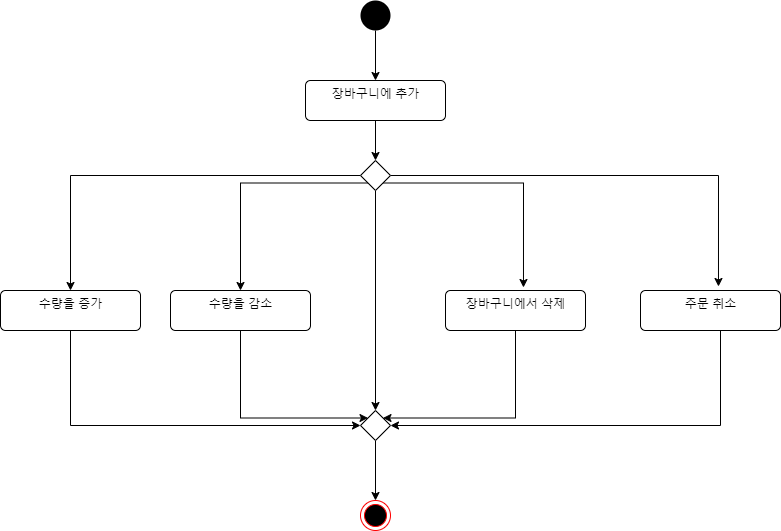
The draw.io diagram 상세명세서/Functional Model/activity diagram/Manage Cart.png in distroytest/KNUSD-20202-Team05, before a commit. Source tidied: cells renumbered, new cells last; positions are measured from the earlier drawing's top-left corner, leaving out a move shared by most shapes.
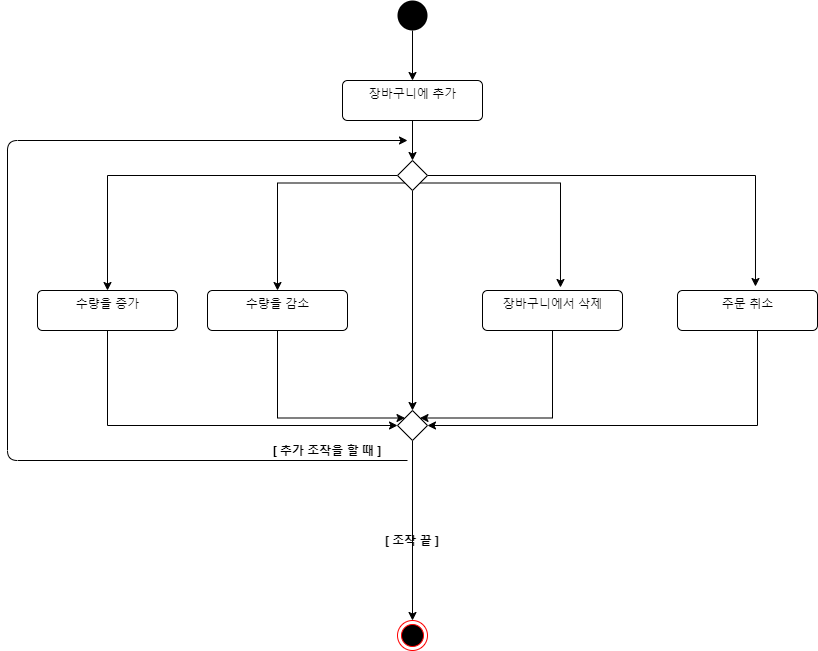
Above is the later version.

Change to the diagram source:
```diff
@@ -79,7 +79,23 @@
       <mxGeometry x="360" y="410" width="30" height="30" as="geometry" />
     </mxCell>
     <mxCell id="22" style="ellipse;html=1;shape=endState;fillColor=#000000;strokeColor=#ff0000;" parent="1" vertex="1">
-      <mxGeometry x="360" y="500" width="30" height="30" as="geometry" />
+      <mxGeometry x="360" y="620" width="30" height="30" as="geometry" />
     </mxCell>
+    <mxCell id="23" style="endArrow=classic;html=1;" parent="1" edge="1">
+      <mxGeometry relative="1" as="geometry">
+        <mxPoint x="370" y="460" as="sourcePoint" />
+        <mxPoint x="370" y="140" as="targetPoint" />
+        <Array as="points">
+          <mxPoint x="-30" y="460" />
+          <mxPoint x="-30" y="140" />
+        </Array>
+      </mxGeometry>
+    </mxCell>
+    <mxCell id="24" value="&lt;b&gt;[ 추가 조작을 할 때 ]&lt;/b&gt;" style="text;html=1;strokeColor=none;fillColor=none;align=center;verticalAlign=middle;whiteSpace=wrap;rounded=0;" parent="1" vertex="1">
+      <mxGeometry x="230" y="440" width="120" height="20" as="geometry" />
+    </mxCell>
+    <mxCell id="25" value="&lt;b&gt;[ 조작 끝 ]&lt;/b&gt;" style="text;html=1;strokeColor=none;fillColor=none;align=center;verticalAlign=middle;whiteSpace=wrap;rounded=0;" parent="1" vertex="1">
+      <mxGeometry x="330" y="530" width="90" height="20" as="geometry" />
+    </mxCell>
   </root>
 </mxGraphModel>
```
